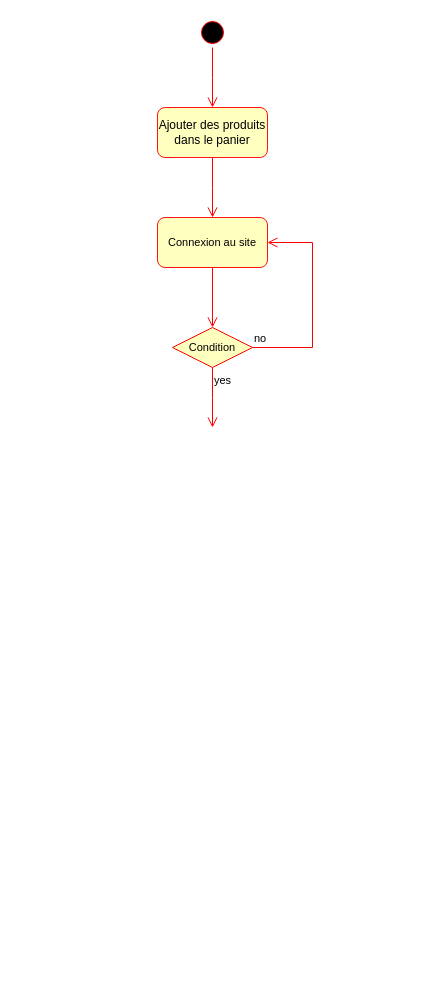
LeoJab/CDA keeps this draw.io diagram as File Rouge/Diagramme d'activité - Création d'une commande.drawio. Above is the earlier version. Source tidied: cells renumbered, new cells numbered last; positions are measured from the earlier drawing's top-left corner, leaving out a move shared by most shapes. Both pictures are drawn from the tidied source at 100%, with x=0, y=0 at pixel (157, 17).
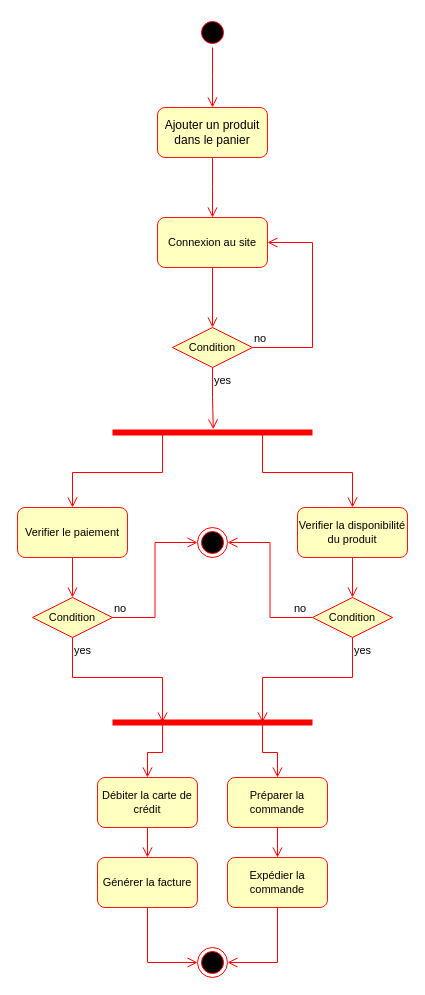
After the change.

Commit message (it also covers changes not shown here):
File Rouge | Diagramme d'activité Fini - 13/12

Unchanged cells that the change refers to:
```xml
<mxCell id="8" value="Condition" style="rhombus;whiteSpace=wrap;html=1;fontColor=#000000;fillColor=#ffffc0;strokeColor=#ff0000;rounded=0;align=center;verticalAlign=middle;fontFamily=Helvetica;fontSize=11;" parent="1" vertex="1">
  <mxGeometry x="15" y="310" width="80" height="40" as="geometry" />
</mxCell>
```

The edit, as a diff of the source:
```diff
@@
-    <mxCell id="5" value="Ajouter des produits dans le panier" style="html=1;whiteSpace=wrap;fillColor=#ffffc0;strokeColor=#ff1313;rounded=1;" parent="1" vertex="1">
+    <mxCell id="5" value="Ajouter un produit dans le panier" style="html=1;whiteSpace=wrap;fillColor=#ffffc0;strokeColor=#ff1313;rounded=1;" parent="1" vertex="1">
       <mxGeometry y="90" width="110" height="50" as="geometry" />
     </mxCell>
@@
-    <mxCell id="10" value="yes" style="edgeStyle=orthogonalEdgeStyle;html=1;align=left;verticalAlign=top;endArrow=open;endSize=8;strokeColor=#ff0000;rounded=0;labelBackgroundColor=default;fontFamily=Helvetica;fontSize=11;fontColor=default;shape=connector;" parent="1" edge="1" source="8">
-      <mxGeometry x="-1" relative="1" as="geometry">
-        <mxPoint x="55" y="410" as="targetPoint" />
-      </mxGeometry>
+    <mxCell id="10" value="yes" style="edgeStyle=orthogonalEdgeStyle;html=1;align=left;verticalAlign=top;endArrow=open;endSize=8;strokeColor=#ff0000;rounded=0;labelBackgroundColor=default;fontFamily=Helvetica;fontSize=11;fontColor=default;shape=connector;entryX=0.504;entryY=0.181;entryDx=0;entryDy=0;entryPerimeter=0;" parent="1" edge="1" source="8" target="13">
+      <mxGeometry x="-1" relative="1" as="geometry" />
     </mxCell>
+    <mxCell id="11" style="edgeStyle=orthogonalEdgeStyle;shape=connector;rounded=0;jettySize=auto;html=1;exitX=0.25;exitY=0.5;exitDx=0;exitDy=0;exitPerimeter=0;entryX=0.5;entryY=0;entryDx=0;entryDy=0;labelBackgroundColor=default;strokeColor=#ff0000;align=left;verticalAlign=bottom;fontFamily=Helvetica;fontSize=11;fontColor=default;endArrow=open;endSize=8;" parent="1" edge="1" source="13" target="15">
+      <mxGeometry relative="1" as="geometry" />
+    </mxCell>
+    <mxCell id="12" style="edgeStyle=orthogonalEdgeStyle;shape=connector;rounded=0;jettySize=auto;html=1;exitX=0.75;exitY=0.5;exitDx=0;exitDy=0;exitPerimeter=0;entryX=0.5;entryY=0;entryDx=0;entryDy=0;labelBackgroundColor=default;strokeColor=#ff0000;align=left;verticalAlign=bottom;fontFamily=Helvetica;fontSize=11;fontColor=default;endArrow=open;endSize=8;" parent="1" edge="1" source="13" target="17">
+      <mxGeometry relative="1" as="geometry" />
+    </mxCell>
+    <mxCell id="13" style="shape=line;html=1;strokeWidth=6;strokeColor=#ff0000;rounded=1;align=center;verticalAlign=middle;fontFamily=Helvetica;fontSize=11;fontColor=default;fillColor=#ffffc0;" parent="1" vertex="1">
+      <mxGeometry x="-45" y="410" width="200" height="10" as="geometry" />
+    </mxCell>
+    <mxCell id="14" style="edgeStyle=orthogonalEdgeStyle;shape=connector;rounded=0;jettySize=auto;html=1;entryX=0.5;entryY=0;entryDx=0;entryDy=0;labelBackgroundColor=default;strokeColor=#ff0000;align=left;verticalAlign=bottom;fontFamily=Helvetica;fontSize=11;fontColor=default;endArrow=open;endSize=8;" parent="1" edge="1" source="15" target="18">
+      <mxGeometry relative="1" as="geometry" />
+    </mxCell>
+    <mxCell id="15" value="Verifier le paiement" style="html=1;whiteSpace=wrap;rounded=1;strokeColor=#ff1313;align=center;verticalAlign=middle;fontFamily=Helvetica;fontSize=11;fontColor=default;fillColor=#ffffc0;" parent="1" vertex="1">
+      <mxGeometry x="-140" y="490" width="110" height="50" as="geometry" />
+    </mxCell>
+    <mxCell id="16" style="edgeStyle=orthogonalEdgeStyle;shape=connector;rounded=0;jettySize=auto;html=1;labelBackgroundColor=default;strokeColor=#ff0000;align=left;verticalAlign=bottom;fontFamily=Helvetica;fontSize=11;fontColor=default;endArrow=open;endSize=8;" parent="1" edge="1" source="17" target="21">
+      <mxGeometry relative="1" as="geometry" />
+    </mxCell>
+    <mxCell id="17" value="Verifier la disponibilité du produit" style="html=1;whiteSpace=wrap;rounded=1;strokeColor=#ff1313;align=center;verticalAlign=middle;fontFamily=Helvetica;fontSize=11;fontColor=default;fillColor=#ffffc0;" parent="1" vertex="1">
+      <mxGeometry x="140" y="490" width="110" height="50" as="geometry" />
+    </mxCell>
+    <mxCell id="18" value="Condition" style="rhombus;whiteSpace=wrap;html=1;fontColor=#000000;fillColor=#ffffc0;strokeColor=#ff0000;rounded=0;align=center;verticalAlign=middle;fontFamily=Helvetica;fontSize=11;" parent="1" vertex="1">
+      <mxGeometry x="-125" y="580" width="80" height="40" as="geometry" />
+    </mxCell>
+    <mxCell id="19" value="no" style="edgeStyle=orthogonalEdgeStyle;html=1;align=left;verticalAlign=bottom;endArrow=open;endSize=8;strokeColor=#ff0000;rounded=0;labelBackgroundColor=default;fontFamily=Helvetica;fontSize=11;fontColor=default;shape=connector;entryX=0;entryY=0.5;entryDx=0;entryDy=0;" parent="1" edge="1" source="18" target="24">
+      <mxGeometry x="-1" relative="1" as="geometry" />
+    </mxCell>
+    <mxCell id="20" value="yes" style="edgeStyle=orthogonalEdgeStyle;html=1;align=left;verticalAlign=top;endArrow=open;endSize=8;strokeColor=#ff0000;rounded=0;labelBackgroundColor=default;fontFamily=Helvetica;fontSize=11;fontColor=default;shape=connector;entryX=0.25;entryY=0.5;entryDx=0;entryDy=0;entryPerimeter=0;" parent="1" edge="1" source="18" target="27">
+      <mxGeometry x="-1" relative="1" as="geometry" />
+    </mxCell>
+    <mxCell id="21" value="Condition" style="rhombus;whiteSpace=wrap;html=1;fontColor=#000000;fillColor=#ffffc0;strokeColor=#ff0000;rounded=0;align=center;verticalAlign=middle;fontFamily=Helvetica;fontSize=11;" parent="1" vertex="1">
+      <mxGeometry x="155" y="580" width="80" height="40" as="geometry" />
+    </mxCell>
+    <mxCell id="22" value="no" style="edgeStyle=orthogonalEdgeStyle;html=1;align=left;verticalAlign=bottom;endArrow=open;endSize=8;strokeColor=#ff0000;rounded=0;labelBackgroundColor=default;fontFamily=Helvetica;fontSize=11;fontColor=default;shape=connector;exitX=0;exitY=0.5;exitDx=0;exitDy=0;entryX=1;entryY=0.5;entryDx=0;entryDy=0;" parent="1" edge="1" source="21" target="24">
+      <mxGeometry x="-0.75" relative="1" as="geometry" />
+    </mxCell>
+    <mxCell id="23" value="yes" style="edgeStyle=orthogonalEdgeStyle;html=1;align=left;verticalAlign=top;endArrow=open;endSize=8;strokeColor=#ff0000;rounded=0;labelBackgroundColor=default;fontFamily=Helvetica;fontSize=11;fontColor=default;shape=connector;entryX=0.75;entryY=0.5;entryDx=0;entryDy=0;entryPerimeter=0;" parent="1" edge="1" source="21" target="27">
+      <mxGeometry x="-1" relative="1" as="geometry" />
+    </mxCell>
+    <mxCell id="24" style="ellipse;html=1;shape=endState;fillColor=#000000;strokeColor=#ff0000;rounded=1;align=center;verticalAlign=middle;fontFamily=Helvetica;fontSize=11;fontColor=default;" parent="1" vertex="1">
+      <mxGeometry x="40" y="510" width="30" height="30" as="geometry" />
+    </mxCell>
+    <mxCell id="25" style="edgeStyle=orthogonalEdgeStyle;shape=connector;rounded=0;jettySize=auto;html=1;entryX=0.5;entryY=0;entryDx=0;entryDy=0;labelBackgroundColor=default;strokeColor=#ff0000;align=left;verticalAlign=bottom;fontFamily=Helvetica;fontSize=11;fontColor=default;endArrow=open;endSize=8;exitX=0.25;exitY=0.5;exitDx=0;exitDy=0;exitPerimeter=0;" parent="1" edge="1" source="27" target="29">
+      <mxGeometry relative="1" as="geometry" />
+    </mxCell>
+    <mxCell id="26" style="edgeStyle=orthogonalEdgeStyle;shape=connector;rounded=0;jettySize=auto;html=1;entryX=0.5;entryY=0;entryDx=0;entryDy=0;labelBackgroundColor=default;strokeColor=#ff0000;align=left;verticalAlign=bottom;fontFamily=Helvetica;fontSize=11;fontColor=default;endArrow=open;endSize=8;exitX=0.75;exitY=0.5;exitDx=0;exitDy=0;exitPerimeter=0;" parent="1" edge="1" source="27" target="35">
+      <mxGeometry relative="1" as="geometry" />
+    </mxCell>
+    <mxCell id="27" style="shape=line;html=1;strokeWidth=6;strokeColor=#ff0000;rounded=1;align=center;verticalAlign=middle;fontFamily=Helvetica;fontSize=11;fontColor=default;fillColor=#ffffc0;" parent="1" vertex="1">
+      <mxGeometry x="-45" y="700" width="200" height="10" as="geometry" />
+    </mxCell>
+    <mxCell id="28" style="edgeStyle=orthogonalEdgeStyle;shape=connector;rounded=0;jettySize=auto;html=1;entryX=0.5;entryY=0;entryDx=0;entryDy=0;labelBackgroundColor=default;strokeColor=#ff0000;align=left;verticalAlign=bottom;fontFamily=Helvetica;fontSize=11;fontColor=default;endArrow=open;endSize=8;" parent="1" edge="1" source="29" target="33">
+      <mxGeometry relative="1" as="geometry" />
+    </mxCell>
+    <mxCell id="29" value="Débiter la carte de crédit" style="html=1;whiteSpace=wrap;rounded=1;strokeColor=#ff1313;align=center;verticalAlign=middle;fontFamily=Helvetica;fontSize=11;fontColor=default;fillColor=#ffffc0;" parent="1" vertex="1">
+      <mxGeometry x="-60" y="760" width="100" height="50" as="geometry" />
+    </mxCell>
+    <mxCell id="30" style="edgeStyle=orthogonalEdgeStyle;shape=connector;rounded=0;jettySize=auto;html=1;entryX=1;entryY=0.5;entryDx=0;entryDy=0;labelBackgroundColor=default;strokeColor=#ff0000;align=left;verticalAlign=bottom;fontFamily=Helvetica;fontSize=11;fontColor=default;endArrow=open;endSize=8;" parent="1" edge="1" source="31" target="36">
+      <mxGeometry relative="1" as="geometry" />
+    </mxCell>
+    <mxCell id="31" value="Expédier la commande" style="html=1;whiteSpace=wrap;rounded=1;strokeColor=#ff1313;align=center;verticalAlign=middle;fontFamily=Helvetica;fontSize=11;fontColor=default;fillColor=#ffffc0;" parent="1" vertex="1">
+      <mxGeometry x="70" y="840" width="100" height="50" as="geometry" />
+    </mxCell>
+    <mxCell id="32" style="edgeStyle=orthogonalEdgeStyle;shape=connector;rounded=0;jettySize=auto;html=1;entryX=0;entryY=0.5;entryDx=0;entryDy=0;labelBackgroundColor=default;strokeColor=#ff0000;align=left;verticalAlign=bottom;fontFamily=Helvetica;fontSize=11;fontColor=default;endArrow=open;endSize=8;" parent="1" edge="1" source="33" target="36">
+      <mxGeometry relative="1" as="geometry" />
+    </mxCell>
+    <mxCell id="33" value="Générer la facture" style="html=1;whiteSpace=wrap;rounded=1;strokeColor=#ff1313;align=center;verticalAlign=middle;fontFamily=Helvetica;fontSize=11;fontColor=default;fillColor=#ffffc0;" parent="1" vertex="1">
+      <mxGeometry x="-60" y="840" width="100" height="50" as="geometry" />
+    </mxCell>
+    <mxCell id="34" style="edgeStyle=orthogonalEdgeStyle;shape=connector;rounded=0;jettySize=auto;html=1;entryX=0.5;entryY=0;entryDx=0;entryDy=0;labelBackgroundColor=default;strokeColor=#ff0000;align=left;verticalAlign=bottom;fontFamily=Helvetica;fontSize=11;fontColor=default;endArrow=open;endSize=8;" parent="1" edge="1" source="35" target="31">
+      <mxGeometry relative="1" as="geometry" />
+    </mxCell>
+    <mxCell id="35" value="Préparer la commande" style="html=1;whiteSpace=wrap;rounded=1;strokeColor=#ff1313;align=center;verticalAlign=middle;fontFamily=Helvetica;fontSize=11;fontColor=default;fillColor=#ffffc0;" parent="1" vertex="1">
+      <mxGeometry x="70" y="760" width="100" height="50" as="geometry" />
+    </mxCell>
+    <mxCell id="36" style="ellipse;html=1;shape=endState;fillColor=#000000;strokeColor=#ff0000;rounded=1;align=center;verticalAlign=middle;fontFamily=Helvetica;fontSize=11;fontColor=default;" parent="1" vertex="1">
+      <mxGeometry x="40" y="930" width="30" height="30" as="geometry" />
+    </mxCell>
```
